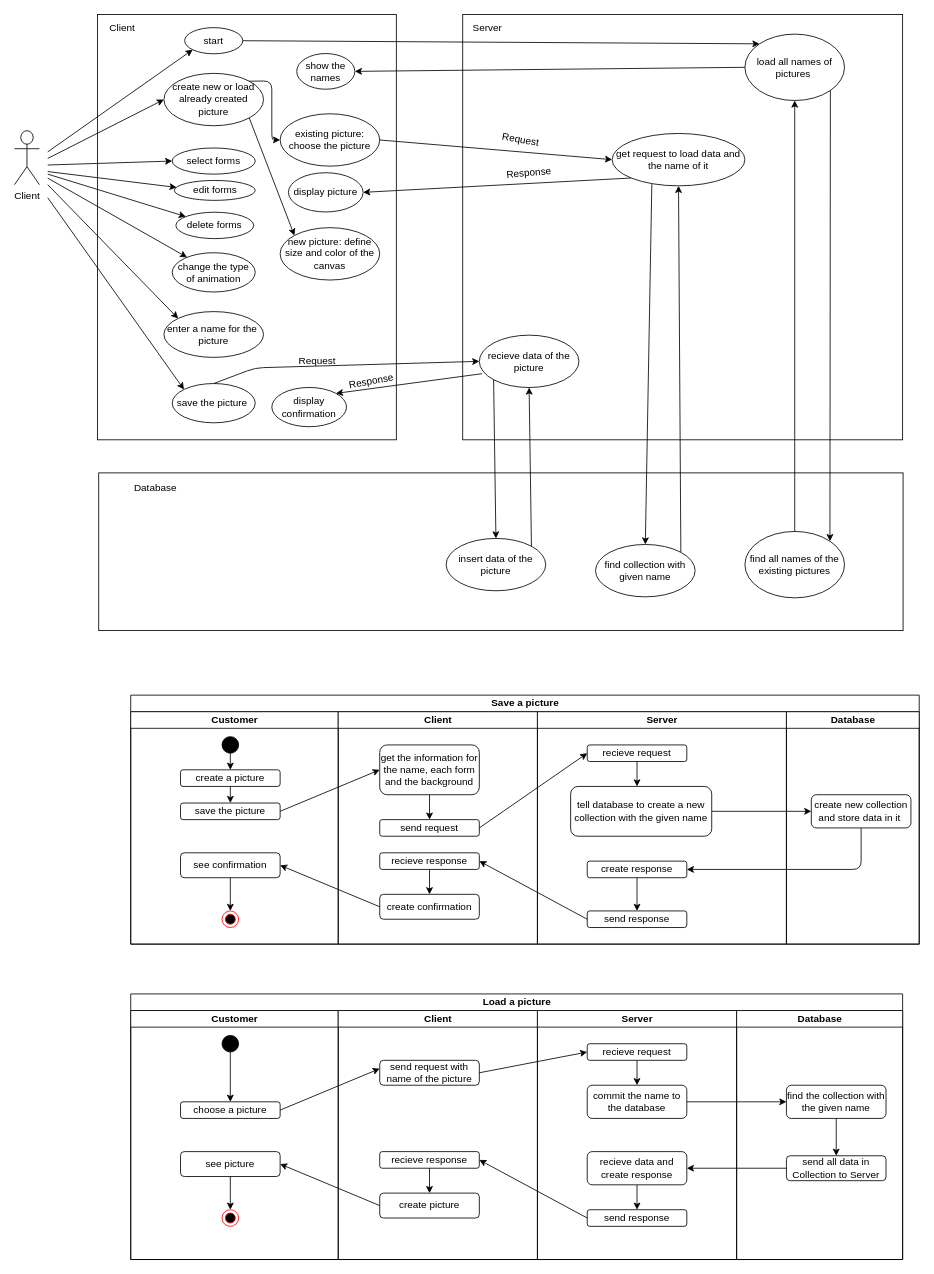
KohlerAl/EIA2 keeps this draw.io diagram as page "UseCaseDiagram" (1 of 7) of Endabgabe/Konzeption/Konzeption.drawio. Above is the earlier version. Source tidied: cells renumbered, new cells numbered last; positions are measured from the earlier drawing's top-left corner, leaving out a move shared by most shapes. Both pictures are drawn from the tidied source at 83%, with x=0, y=0 at pixel (14, 14).
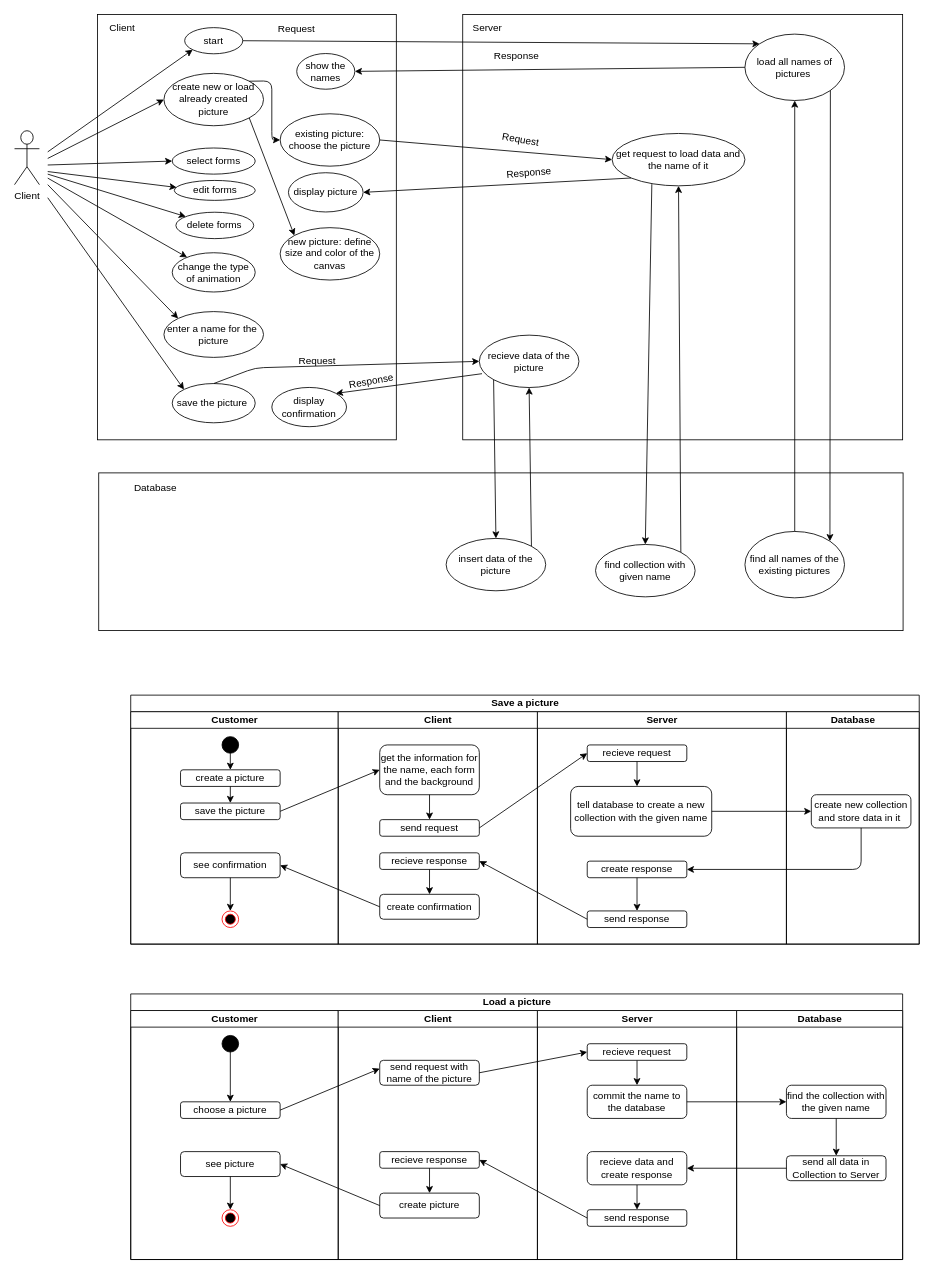
The same page after the edit.

Diff of the diagram source:
```diff
@@
+    <mxCell id="116" value="Request" style="text;html=1;strokeColor=none;fillColor=none;align=center;verticalAlign=middle;whiteSpace=wrap;rounded=0;" parent="1" vertex="1">
+      <mxGeometry x="320" y="8" width="40" height="20" as="geometry" />
+    </mxCell>
+    <mxCell id="117" value="Response" style="text;html=1;strokeColor=none;fillColor=none;align=center;verticalAlign=middle;whiteSpace=wrap;rounded=0;" parent="1" vertex="1">
+      <mxGeometry x="585" y="40" width="40" height="20" as="geometry" />
+    </mxCell>
```
